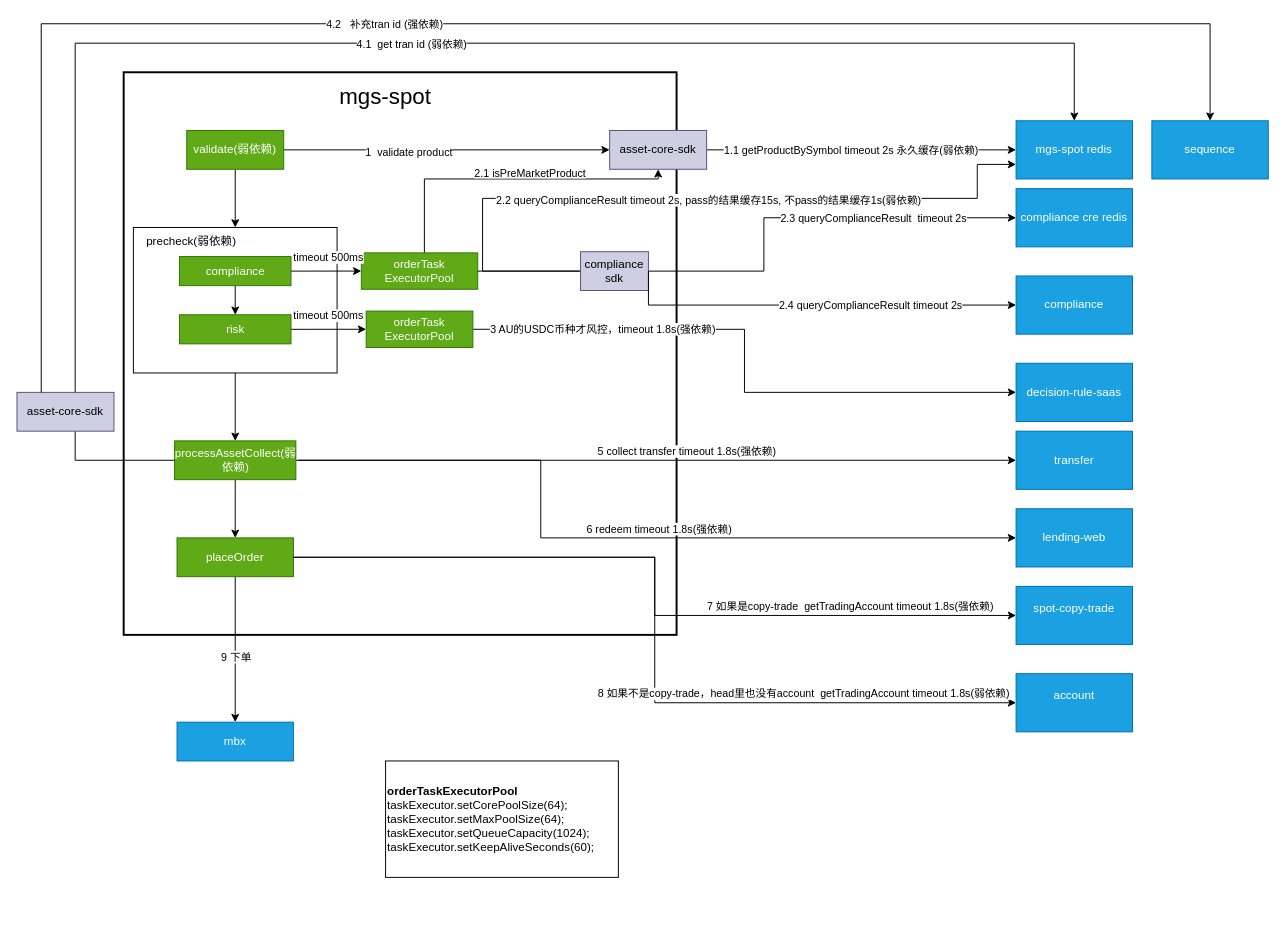
The draw.io diagram doc/mgs-spot.drawio in jackjoesh/databend, before the edit. Source tidied: cells renumbered, new cells numbered last; positions are measured from the earlier drawing's top-left corner, leaving out a move shared by most shapes. Both pictures are drawn from the tidied source at 97%, with x=0, y=0 at pixel (16, 23).
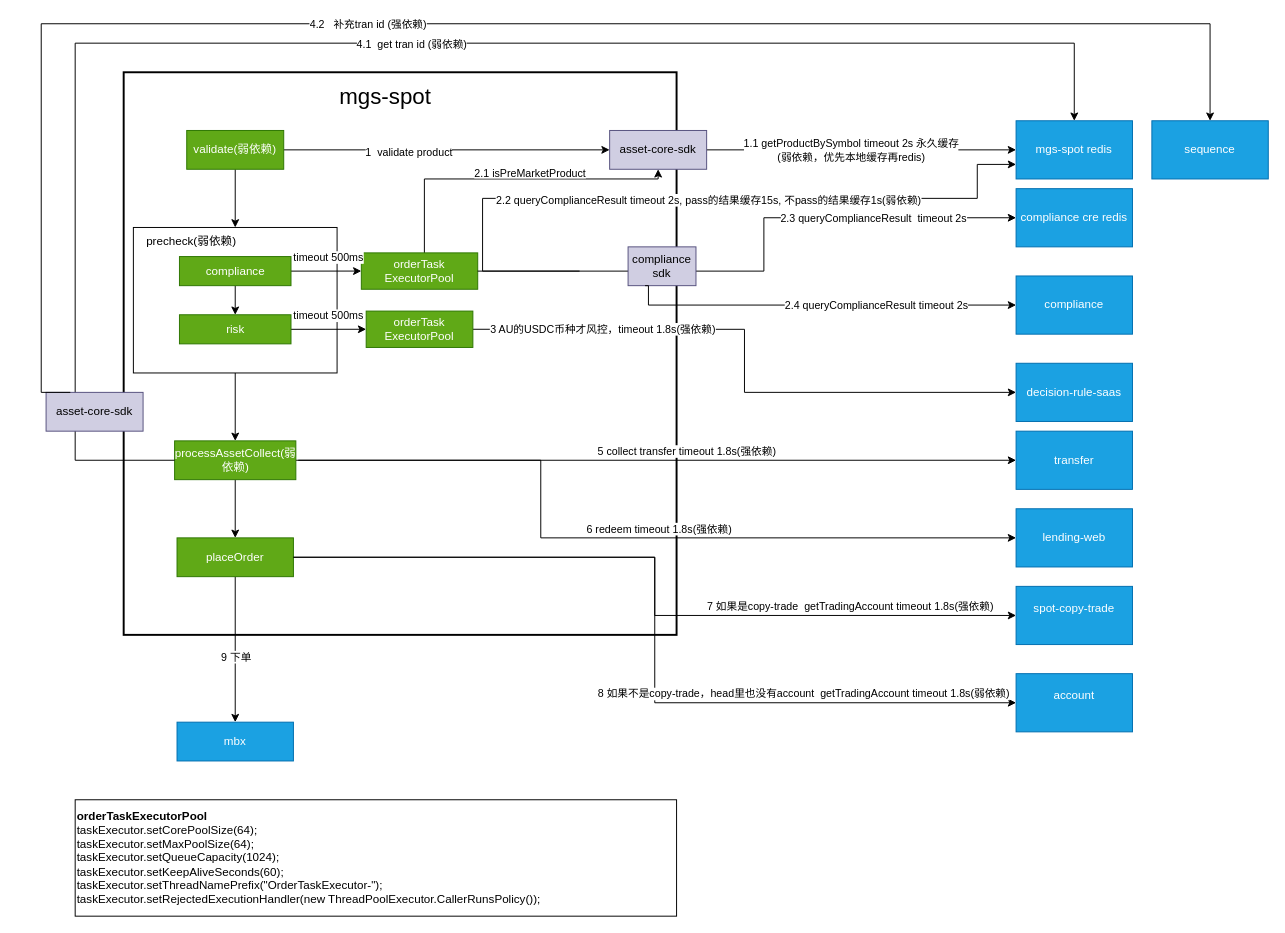
The same diagram, later.

Unchanged cells that the change refers to:
```xml
<mxCell id="2" style="edgeStyle=orthogonalEdgeStyle;rounded=0;jettySize=auto;html=1;exitX=1;exitY=0.5;exitDx=0;exitDy=0;entryX=0;entryY=0.5;entryDx=0;entryDy=0;" parent="1" edge="1" source="21" target="20">
  <mxGeometry relative="1" as="geometry" />
</mxCell>
```

What changed in the source:
```diff
@@
-    <mxCell id="3" value="1.1 getProductBySymbol timeout 2s 永久缓存(弱依赖)" style="edgeLabel;html=1;align=center;verticalAlign=middle;" parent="2" vertex="1">
+    <mxCell id="3" value="1.1 getProductBySymbol timeout 2s 永久缓存&lt;div&gt;(弱依赖，优先本地缓存再redis)&lt;/div&gt;" style="edgeLabel;html=1;align=center;verticalAlign=middle;" parent="2" vertex="1">
       <mxGeometry x="-0.17" y="-1" relative="1" as="geometry">
         <mxPoint x="16" y="-1" as="offset" />
       </mxGeometry>
     </mxCell>
@@
     <mxCell id="34" value="compliance sdk" style="rounded=0;whiteSpace=wrap;html=1;fillColor=#d0cee2;strokeColor=#56517e;" parent="1" vertex="1">
-      <mxGeometry x="581" y="235" width="70" height="40" as="geometry" />
+      <mxGeometry x="630" y="230" width="70" height="40" as="geometry" />
     </mxCell>
@@
-    <mxCell id="39" value="&lt;div&gt;&lt;b&gt;orderTaskExecutorPool&lt;/b&gt;&lt;/div&gt;&lt;div&gt;taskExecutor.setCorePoolSize(64);&lt;/div&gt;&lt;div&gt;taskExecutor.setMaxPoolSize(64);&lt;/div&gt;&lt;div&gt;taskExecutor.setQueueCapacity(1024);&lt;/div&gt;&lt;div&gt;taskExecutor.setKeepAliveSeconds(60);&lt;/div&gt;" style="rounded=0;whiteSpace=wrap;html=1;align=left;" parent="1" vertex="1">
-      <mxGeometry x="380" y="760" width="240" height="120" as="geometry" />
+    <mxCell id="39" value="&lt;div&gt;&lt;b&gt;orderTaskExecutorPool&lt;/b&gt;&lt;/div&gt;&lt;div&gt;taskExecutor.setCorePoolSize(64);&lt;/div&gt;&lt;div&gt;taskExecutor.setMaxPoolSize(64);&lt;/div&gt;&lt;div&gt;taskExecutor.setQueueCapacity(1024);&lt;/div&gt;&lt;div&gt;taskExecutor.setKeepAliveSeconds(60);&lt;/div&gt;&lt;div&gt;taskExecutor.setThreadNamePrefix(&quot;OrderTaskExecutor-&quot;);&lt;/div&gt;&lt;div&gt;taskExecutor.setRejectedExecutionHandler(new ThreadPoolExecutor.CallerRunsPolicy());&lt;/div&gt;" style="rounded=0;whiteSpace=wrap;html=1;align=left;" parent="1" vertex="1">
+      <mxGeometry x="60" y="800" width="620" height="120" as="geometry" />
     </mxCell>
@@
     <mxCell id="43" value="asset-core-sdk" style="rounded=0;whiteSpace=wrap;html=1;fillColor=#d0cee2;strokeColor=#56517e;" parent="1" vertex="1">
-      <mxGeometry y="380" width="100" height="40" as="geometry" />
+      <mxGeometry x="30" y="380" width="100" height="40" as="geometry" />
     </mxCell>
@@
-    <mxCell id="57" style="endArrow=classic;html=1;rounded=0;edgeStyle=orthogonalEdgeStyle;exitX=1;exitY=0.5;exitDx=0;exitDy=0;" parent="1" edge="1" source="34">
+    <mxCell id="57" style="endArrow=classic;html=1;rounded=0;edgeStyle=orthogonalEdgeStyle;exitX=0.25;exitY=1;exitDx=0;exitDy=0;" parent="1" edge="1" source="34">
       <mxGeometry relative="1" as="geometry">
         <mxPoint x="1030" y="290" as="targetPoint" />
         <Array as="points">
+          <mxPoint x="651" y="270" />
           <mxPoint x="651" y="290" />
         </Array>
       </mxGeometry>
     </mxCell>
```
